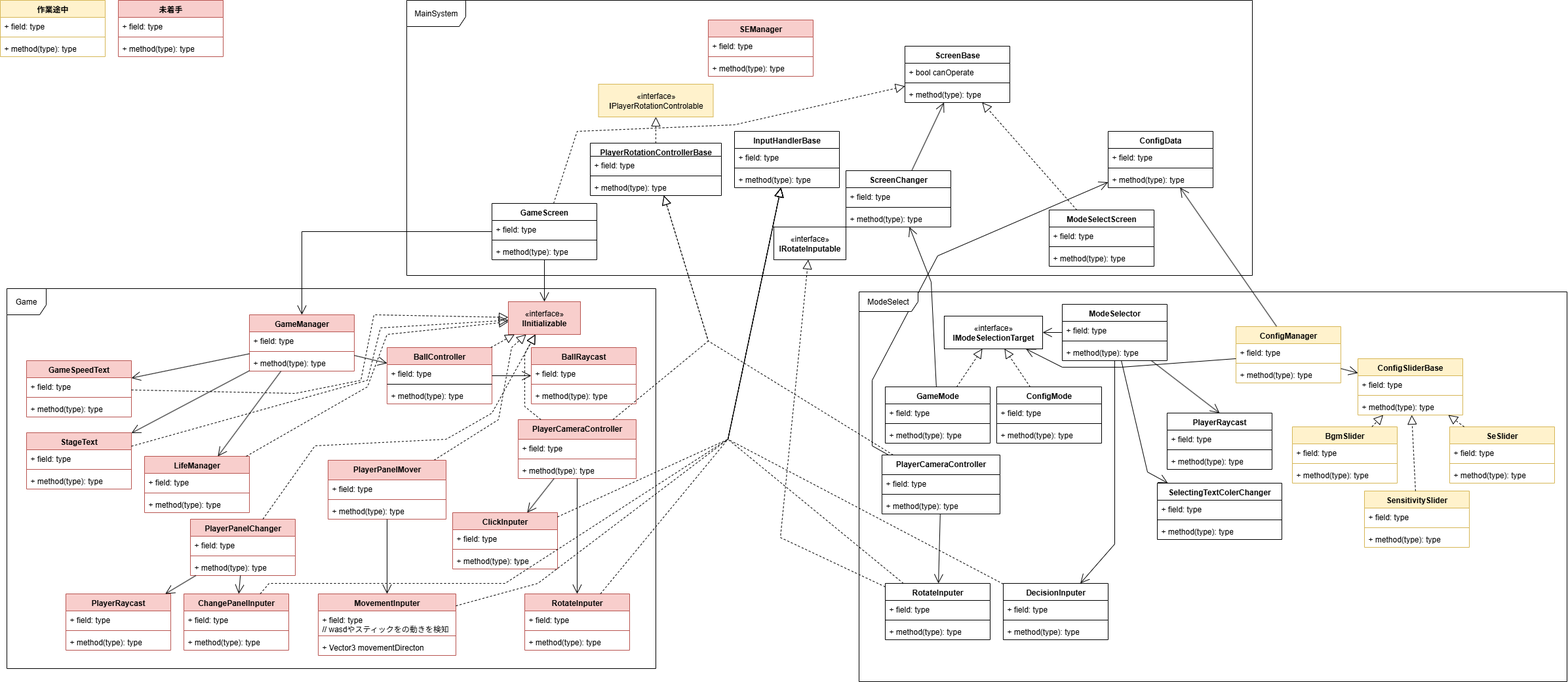
This is BreakOut.drawio.png from UzukiAlto/3DBreakout, a draw.io export, as it was before one commit. Source tidied: cells renumbered, new cells last; positions are measured from the earlier drawing's top-left corner, leaving out a move shared by most shapes.
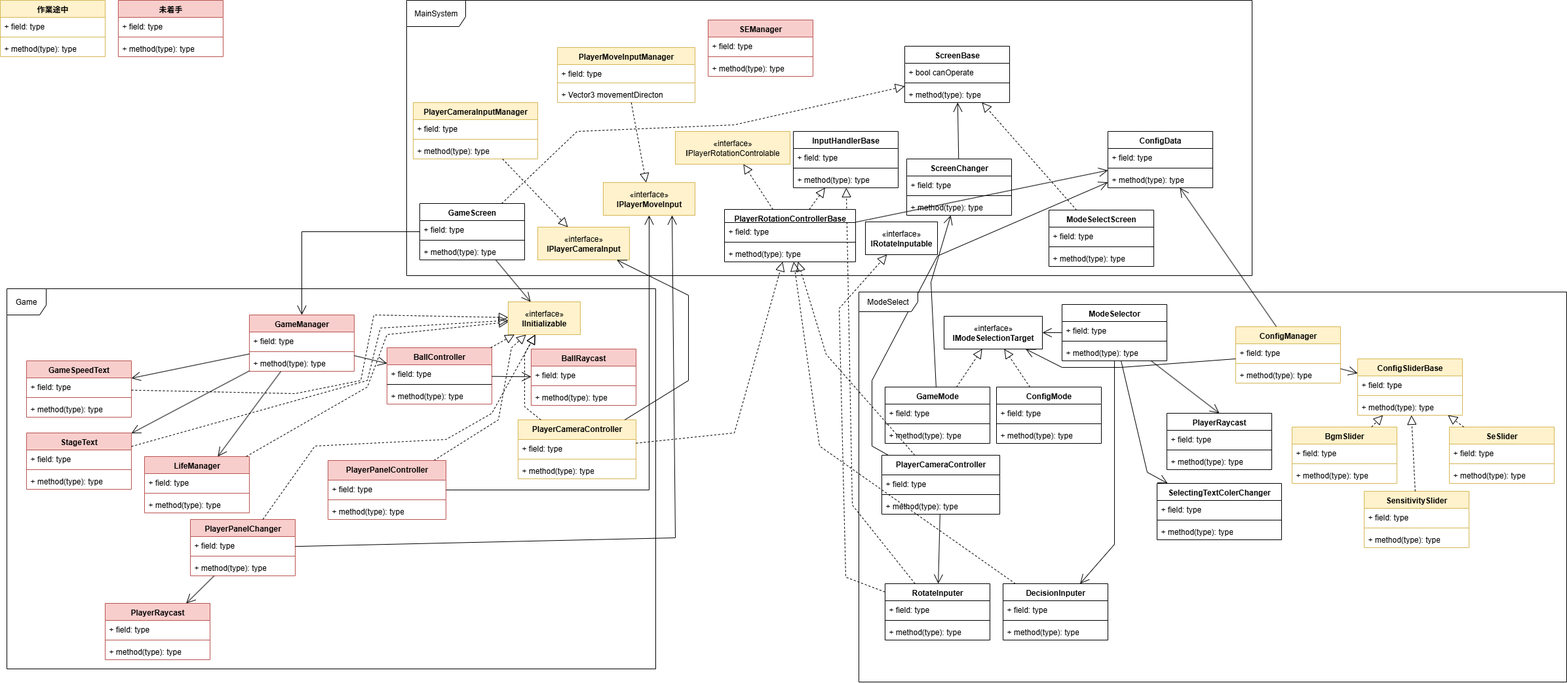
The same file after the commit.

Commit message:
[update] クラス図更新

入力をMainSystemのintarfaceに一本化する予定

Change to the diagram source:
```diff
@@ -36,16 +36,4 @@
     </mxCell>
-    <mxCell id="9" value="PlayerRotationControllerBase" style="swimlane;fontStyle=1;align=center;verticalAlign=top;horizontal=1;startSize=20;whiteSpace=wrap;html=1;" parent="1" vertex="1">
-      <mxGeometry x="900" y="218" width="200" height="80" as="geometry" />
-    </mxCell>
-    <mxCell id="10" value="+ field: type" style="text;strokeColor=none;fillColor=none;align=left;verticalAlign=top;spacingLeft=4;spacingRight=4;overflow=hidden;whiteSpace=wrap;html=1;" parent="9" vertex="1">
-      <mxGeometry y="20" width="200" height="26" as="geometry" />
-    </mxCell>
-    <mxCell id="11" style="line;strokeWidth=1;fillColor=none;align=left;verticalAlign=middle;spacingTop=-1;spacingLeft=3;spacingRight=3;labelPosition=right;strokeColor=inherit;" parent="9" vertex="1">
-      <mxGeometry y="46" width="200" height="8" as="geometry" />
-    </mxCell>
-    <mxCell id="12" value="+ method(type): type" style="text;strokeColor=none;fillColor=none;align=left;verticalAlign=top;spacingLeft=4;spacingRight=4;overflow=hidden;whiteSpace=wrap;html=1;" parent="9" vertex="1">
-      <mxGeometry y="54" width="200" height="26" as="geometry" />
-    </mxCell>
     <mxCell id="13" value="«interface»&lt;br&gt;&lt;b&gt;I&lt;/b&gt;PlayerRotationControlable" style="html=1;whiteSpace=wrap;fillColor=#fff2cc;strokeColor=#d6b656;" parent="1" vertex="1">
-      <mxGeometry x="912.5" y="128" width="175" height="50" as="geometry" />
+      <mxGeometry x="1030" y="200" width="175" height="50" as="geometry" />
     </mxCell>
@@ -66,3 +54,3 @@
         <Array as="points">
-          <mxPoint x="1080" y="520" />
+          <mxPoint x="1260" y="540" />
         </Array>
@@ -74,3 +62,3 @@
     <mxCell id="20" value="InputHandlerBase" style="swimlane;fontStyle=1;align=center;verticalAlign=top;horizontal=1;startSize=26;whiteSpace=wrap;html=1;" parent="1" vertex="1">
-      <mxGeometry x="1120" y="200" width="160" height="86" as="geometry" />
+      <mxGeometry x="1210" y="200" width="160" height="86" as="geometry" />
     </mxCell>
@@ -98,3 +86,3 @@
     <mxCell id="28" value="ScreenChanger" style="swimlane;fontStyle=1;align=center;verticalAlign=top;horizontal=1;startSize=26;whiteSpace=wrap;html=1;" parent="1" vertex="1">
-      <mxGeometry x="1290" y="260" width="160" height="86" as="geometry" />
+      <mxGeometry x="1383" y="242" width="160" height="86" as="geometry" />
     </mxCell>
@@ -136,3 +124,3 @@
         <Array as="points">
-          <mxPoint x="1110" y="670" />
+          <mxPoint x="1300" y="770" />
         </Array>
@@ -170,8 +158,4 @@
     </mxCell>
-    <mxCell id="51" style="endArrow=block;dashed=1;endFill=0;endSize=12;html=1;rounded=0;" parent="1" edge="1" source="47" target="20">
-      <mxGeometry relative="1" as="geometry">
-        <Array as="points">
-          <mxPoint x="1110" y="670" />
-        </Array>
-      </mxGeometry>
+    <mxCell id="51" style="endArrow=block;dashed=1;endFill=0;endSize=12;html=1;rounded=0;" parent="1" edge="1" source="9" target="20">
+      <mxGeometry relative="1" as="geometry" />
     </mxCell>
@@ -206,3 +190,3 @@
     </mxCell>
-    <mxCell id="59" value="PlayerCameraController" style="swimlane;fontStyle=1;align=center;verticalAlign=top;horizontal=1;startSize=30;whiteSpace=wrap;html=1;fillColor=#f8cecc;strokeColor=#b85450;" parent="1" vertex="1">
+    <mxCell id="59" value="PlayerCameraController" style="swimlane;fontStyle=1;align=center;verticalAlign=top;horizontal=1;startSize=30;whiteSpace=wrap;html=1;fillColor=#fff2cc;strokeColor=#d6b656;" parent="1" vertex="1">
       <mxGeometry x="790" y="640" width="180" height="90" as="geometry" />
@@ -221,3 +205,3 @@
         <Array as="points">
-          <mxPoint x="1080" y="520" />
+          <mxPoint x="1120" y="660" />
         </Array>
@@ -225,43 +209,14 @@
     </mxCell>
-    <mxCell id="64" value="RotateInputer" style="swimlane;fontStyle=1;align=center;verticalAlign=top;horizontal=1;startSize=26;whiteSpace=wrap;html=1;fillColor=#f8cecc;strokeColor=#b85450;" parent="1" vertex="1">
-      <mxGeometry x="800" y="906" width="160" height="86" as="geometry" />
-    </mxCell>
-    <mxCell id="65" value="+ field: type" style="text;strokeColor=none;fillColor=none;align=left;verticalAlign=top;spacingLeft=4;spacingRight=4;overflow=hidden;whiteSpace=wrap;html=1;" parent="64" vertex="1">
-      <mxGeometry y="26" width="160" height="26" as="geometry" />
-    </mxCell>
-    <mxCell id="66" style="line;strokeWidth=1;fillColor=none;align=left;verticalAlign=middle;spacingTop=-1;spacingLeft=3;spacingRight=3;labelPosition=right;strokeColor=inherit;" parent="64" vertex="1">
-      <mxGeometry y="52" width="160" height="8" as="geometry" />
-    </mxCell>
-    <mxCell id="67" value="+ method(type): type" style="text;strokeColor=none;fillColor=none;align=left;verticalAlign=top;spacingLeft=4;spacingRight=4;overflow=hidden;whiteSpace=wrap;html=1;" parent="64" vertex="1">
-      <mxGeometry y="60" width="160" height="26" as="geometry" />
-    </mxCell>
-    <mxCell id="68" value="ClickInputer" style="swimlane;fontStyle=1;align=center;verticalAlign=top;horizontal=1;startSize=26;whiteSpace=wrap;html=1;fillColor=#f8cecc;strokeColor=#b85450;" parent="1" vertex="1">
-      <mxGeometry x="690" y="782" width="160" height="86" as="geometry" />
+    <mxCell id="68" value="PlayerCameraInputManager" style="swimlane;fontStyle=1;align=center;verticalAlign=top;horizontal=1;startSize=26;whiteSpace=wrap;html=1;fillColor=#fff2cc;strokeColor=#d6b656;" parent="1" vertex="1">
+      <mxGeometry x="630" y="156" width="190" height="86" as="geometry" />
     </mxCell>
     <mxCell id="69" value="+ field: type" style="text;strokeColor=none;fillColor=none;align=left;verticalAlign=top;spacingLeft=4;spacingRight=4;overflow=hidden;whiteSpace=wrap;html=1;" parent="68" vertex="1">
-      <mxGeometry y="26" width="160" height="26" as="geometry" />
+      <mxGeometry y="26" width="190" height="26" as="geometry" />
     </mxCell>
     <mxCell id="70" style="line;strokeWidth=1;fillColor=none;align=left;verticalAlign=middle;spacingTop=-1;spacingLeft=3;spacingRight=3;labelPosition=right;strokeColor=inherit;" parent="68" vertex="1">
-      <mxGeometry y="52" width="160" height="8" as="geometry" />
+      <mxGeometry y="52" width="190" height="8" as="geometry" />
     </mxCell>
     <mxCell id="71" value="+ method(type): type" style="text;strokeColor=none;fillColor=none;align=left;verticalAlign=top;spacingLeft=4;spacingRight=4;overflow=hidden;whiteSpace=wrap;html=1;" parent="68" vertex="1">
-      <mxGeometry y="60" width="160" height="26" as="geometry" />
+      <mxGeometry y="60" width="190" height="26" as="geometry" />
     </mxCell>
-    <mxCell id="72" style="endArrow=block;dashed=1;endFill=0;endSize=12;html=1;rounded=0;" parent="1" edge="1" source="68" target="20">
-      <mxGeometry relative="1" as="geometry">
-        <Array as="points">
-          <mxPoint x="1110" y="670" />
-        </Array>
-      </mxGeometry>
-    </mxCell>
-    <mxCell id="73" style="endArrow=block;dashed=1;endFill=0;endSize=12;html=1;rounded=0;" parent="1" edge="1" source="64" target="20">
-      <mxGeometry relative="1" as="geometry">
-        <Array as="points">
-          <mxPoint x="1110" y="670" />
-        </Array>
-      </mxGeometry>
-    </mxCell>
-    <mxCell id="74" style="endArrow=open;endFill=1;endSize=12;html=1;rounded=0;" parent="1" edge="1" source="59" target="64">
-      <mxGeometry relative="1" as="geometry" />
-    </mxCell>
     <mxCell id="75" value="BallController" style="swimlane;align=center;verticalAlign=top;horizontal=1;startSize=26;whiteSpace=wrap;html=1;strokeColor=#b85450;fillColor=#f8cecc;" parent="1" vertex="1">
@@ -279,3 +234,3 @@
     <mxCell id="79" value="BallRaycast" style="swimlane;fontStyle=1;align=center;verticalAlign=top;horizontal=1;startSize=26;whiteSpace=wrap;html=1;fillColor=#f8cecc;strokeColor=#b85450;" parent="1" vertex="1">
-      <mxGeometry x="810" y="530" width="160" height="86" as="geometry" />
+      <mxGeometry x="810" y="532" width="160" height="86" as="geometry" />
     </mxCell>
@@ -306,3 +261,3 @@
     <mxCell id="88" value="GameScreen" style="swimlane;fontStyle=1;align=center;verticalAlign=top;horizontal=1;startSize=26;whiteSpace=wrap;html=1;" parent="1" vertex="1">
-      <mxGeometry x="750" y="310" width="160" height="86" as="geometry" />
+      <mxGeometry x="640" y="310" width="160" height="86" as="geometry" />
     </mxCell>
@@ -327,3 +282,3 @@
     </mxCell>
-    <mxCell id="94" value="«interface»&lt;br&gt;&lt;b&gt;IInitializable&lt;/b&gt;" style="html=1;whiteSpace=wrap;fillColor=#f8cecc;strokeColor=#b85450;" parent="1" vertex="1">
+    <mxCell id="94" value="«interface»&lt;br&gt;&lt;b&gt;IInitializable&lt;/b&gt;" style="html=1;whiteSpace=wrap;fillColor=#fff2cc;strokeColor=#d6b656;" parent="1" vertex="1">
       <mxGeometry x="775" y="460" width="110" height="50" as="geometry" />
@@ -365,3 +320,3 @@
     </mxCell>
-    <mxCell id="103" value="PlayerPanelMover" style="swimlane;fontStyle=1;align=center;verticalAlign=top;horizontal=1;startSize=30;whiteSpace=wrap;html=1;fillColor=#f8cecc;strokeColor=#b85450;" parent="1" vertex="1">
+    <mxCell id="103" value="PlayerPanelController" style="swimlane;fontStyle=1;align=center;verticalAlign=top;horizontal=1;startSize=30;whiteSpace=wrap;html=1;fillColor=#f8cecc;strokeColor=#b85450;" parent="1" vertex="1">
       <mxGeometry x="500" y="702" width="180" height="90" as="geometry" />
@@ -377,24 +332,20 @@
     </mxCell>
-    <mxCell id="107" value="MovementInputer" style="swimlane;fontStyle=1;align=center;verticalAlign=top;horizontal=1;startSize=26;whiteSpace=wrap;html=1;fillColor=#f8cecc;strokeColor=#b85450;" parent="1" vertex="1">
-      <mxGeometry x="485" y="906" width="210" height="94" as="geometry" />
+    <mxCell id="107" value="PlayerMoveInputManager" style="swimlane;fontStyle=1;align=center;verticalAlign=top;horizontal=1;startSize=26;whiteSpace=wrap;html=1;fillColor=#fff2cc;strokeColor=#d6b656;" parent="1" vertex="1">
+      <mxGeometry x="850" y="72" width="210" height="84" as="geometry" />
     </mxCell>
-    <mxCell id="108" value="+ field: type&lt;div&gt;// wasdやスティックをの動きを検知&lt;/div&gt;" style="text;strokeColor=none;fillColor=none;align=left;verticalAlign=top;spacingLeft=4;spacingRight=4;overflow=hidden;whiteSpace=wrap;html=1;" parent="107" vertex="1">
-      <mxGeometry y="26" width="210" height="34" as="geometry" />
+    <mxCell id="108" value="+ field: type" style="text;strokeColor=none;fillColor=none;align=left;verticalAlign=top;spacingLeft=4;spacingRight=4;overflow=hidden;whiteSpace=wrap;html=1;" parent="107" vertex="1">
+      <mxGeometry y="26" width="210" height="24" as="geometry" />
     </mxCell>
     <mxCell id="109" style="line;strokeWidth=1;fillColor=none;align=left;verticalAlign=middle;spacingTop=-1;spacingLeft=3;spacingRight=3;labelPosition=right;strokeColor=inherit;" parent="107" vertex="1">
-      <mxGeometry y="60" width="210" height="8" as="geometry" />
+      <mxGeometry y="50" width="210" height="8" as="geometry" />
     </mxCell>
     <mxCell id="110" value="+ Vector3 movementDirecton" style="text;strokeColor=none;fillColor=none;align=left;verticalAlign=top;spacingLeft=4;spacingRight=4;overflow=hidden;whiteSpace=wrap;html=1;" parent="107" vertex="1">
-      <mxGeometry y="68" width="210" height="26" as="geometry" />
+      <mxGeometry y="58" width="210" height="26" as="geometry" />
     </mxCell>
-    <mxCell id="111" style="endArrow=block;dashed=1;endFill=0;endSize=12;html=1;rounded=0;" parent="1" edge="1" source="107" target="20">
-      <mxGeometry relative="1" as="geometry">
-        <Array as="points">
-          <mxPoint x="820" y="890" />
-          <mxPoint x="1110" y="670" />
-        </Array>
-      </mxGeometry>
-    </mxCell>
-    <mxCell id="112" style="endArrow=open;endFill=1;endSize=12;html=1;rounded=0;" parent="1" edge="1" source="103" target="107">
-      <mxGeometry relative="1" as="geometry" />
+    <mxCell id="112" style="endArrow=open;endFill=1;endSize=12;html=1;rounded=0;" parent="1" edge="1" source="103" target="207">
+      <mxGeometry relative="1" as="geometry">
+        <Array as="points">
+          <mxPoint x="990" y="747" />
+        </Array>
+      </mxGeometry>
     </mxCell>
@@ -420,26 +371,2 @@
     </mxCell>
-    <mxCell id="118" style="endArrow=open;endFill=1;endSize=12;html=1;rounded=0;" parent="1" edge="1" source="59" target="68">
-      <mxGeometry relative="1" as="geometry" />
-    </mxCell>
-    <mxCell id="119" value="ChangePanelInputer" style="swimlane;fontStyle=1;align=center;verticalAlign=top;horizontal=1;startSize=26;whiteSpace=wrap;html=1;fillColor=#f8cecc;strokeColor=#b85450;" parent="1" vertex="1">
-      <mxGeometry x="280" y="906" width="160" height="86" as="geometry" />
-    </mxCell>
-    <mxCell id="120" value="+ field: type" style="text;strokeColor=none;fillColor=none;align=left;verticalAlign=top;spacingLeft=4;spacingRight=4;overflow=hidden;whiteSpace=wrap;html=1;" parent="119" vertex="1">
-      <mxGeometry y="26" width="160" height="26" as="geometry" />
-    </mxCell>
-    <mxCell id="121" style="line;strokeWidth=1;fillColor=none;align=left;verticalAlign=middle;spacingTop=-1;spacingLeft=3;spacingRight=3;labelPosition=right;strokeColor=inherit;" parent="119" vertex="1">
-      <mxGeometry y="52" width="160" height="8" as="geometry" />
-    </mxCell>
-    <mxCell id="122" value="+ method(type): type" style="text;strokeColor=none;fillColor=none;align=left;verticalAlign=top;spacingLeft=4;spacingRight=4;overflow=hidden;whiteSpace=wrap;html=1;" parent="119" vertex="1">
-      <mxGeometry y="60" width="160" height="26" as="geometry" />
-    </mxCell>
-    <mxCell id="123" style="endArrow=block;dashed=1;endFill=0;endSize=12;html=1;rounded=0;" parent="1" edge="1" source="119" target="20">
-      <mxGeometry relative="1" as="geometry">
-        <Array as="points">
-          <mxPoint x="410" y="890" />
-          <mxPoint x="770" y="890" />
-          <mxPoint x="1110" y="670" />
-        </Array>
-      </mxGeometry>
-    </mxCell>
     <mxCell id="124" value="PlayerPanelChanger" style="swimlane;fontStyle=1;align=center;verticalAlign=top;horizontal=1;startSize=26;whiteSpace=wrap;html=1;fillColor=#f8cecc;strokeColor=#b85450;" parent="1" vertex="1">
@@ -456,7 +383,11 @@
     </mxCell>
-    <mxCell id="128" style="endArrow=open;endFill=1;endSize=12;html=1;rounded=0;" parent="1" edge="1" source="124" target="119">
-      <mxGeometry relative="1" as="geometry" />
+    <mxCell id="128" style="endArrow=open;endFill=1;endSize=12;html=1;rounded=0;entryX=0.75;entryY=1;entryDx=0;entryDy=0;" parent="1" edge="1" source="124" target="207">
+      <mxGeometry relative="1" as="geometry">
+        <Array as="points">
+          <mxPoint x="1030" y="820" />
+        </Array>
+      </mxGeometry>
     </mxCell>
     <mxCell id="129" value="PlayerRaycast" style="swimlane;fontStyle=1;align=center;verticalAlign=top;horizontal=1;startSize=26;whiteSpace=wrap;html=1;fillColor=#f8cecc;strokeColor=#b85450;" parent="1" vertex="1">
-      <mxGeometry x="100" y="906" width="160" height="86" as="geometry" />
+      <mxGeometry x="160" y="920" width="160" height="86" as="geometry" />
     </mxCell>
@@ -680,3 +611,3 @@
     <mxCell id="194" value="«interface»&lt;br&gt;&lt;b&gt;IRotateInputable&lt;/b&gt;" style="html=1;whiteSpace=wrap;" parent="1" vertex="1">
-      <mxGeometry x="1180" y="346" width="110" height="50" as="geometry" />
+      <mxGeometry x="1320" y="338" width="110" height="50" as="geometry" />
     </mxCell>
@@ -685,3 +616,4 @@
         <Array as="points">
-          <mxPoint x="1190" y="820" />
+          <mxPoint x="1290" y="880" />
+          <mxPoint x="1280" y="470" />
         </Array>
@@ -713,2 +645,44 @@
     </mxCell>
+    <mxCell id="204" value="«interface»&lt;br&gt;&lt;b&gt;IPlayerCameraInput&lt;/b&gt;" style="html=1;whiteSpace=wrap;fillColor=#fff2cc;strokeColor=#d6b656;" parent="1" vertex="1">
+      <mxGeometry x="820" y="346" width="140" height="50" as="geometry" />
+    </mxCell>
+    <mxCell id="205" style="endArrow=block;dashed=1;endFill=0;endSize=12;html=1;rounded=0;" parent="1" edge="1" source="68" target="204">
+      <mxGeometry relative="1" as="geometry" />
+    </mxCell>
+    <mxCell id="206" style="endArrow=open;endFill=1;endSize=12;html=1;rounded=0;" parent="1" edge="1" source="59" target="204">
+      <mxGeometry relative="1" as="geometry">
+        <Array as="points">
+          <mxPoint x="1050" y="580" />
+          <mxPoint x="1050" y="450" />
+        </Array>
+      </mxGeometry>
+    </mxCell>
+    <mxCell id="207" value="«interface»&lt;br&gt;&lt;b&gt;IPlayerMoveInput&lt;/b&gt;" style="html=1;whiteSpace=wrap;fillColor=#fff2cc;strokeColor=#d6b656;" parent="1" vertex="1">
+      <mxGeometry x="920" y="278" width="140" height="50" as="geometry" />
+    </mxCell>
+    <mxCell id="208" style="endArrow=block;dashed=1;endFill=0;endSize=12;html=1;rounded=0;" parent="1" edge="1" source="107" target="207">
+      <mxGeometry relative="1" as="geometry" />
+    </mxCell>
+    <mxCell id="209" style="endArrow=open;endFill=1;endSize=12;html=1;rounded=0;" parent="1" edge="1" source="9" target="182">
+      <mxGeometry relative="1" as="geometry" />
+    </mxCell>
+    <mxCell id="210" style="endArrow=block;dashed=1;endFill=0;endSize=12;html=1;rounded=0;" parent="1" edge="1" source="47" target="9">
+      <mxGeometry relative="1" as="geometry">
+        <Array as="points">
+          <mxPoint x="1250" y="680" />
+        </Array>
+      </mxGeometry>
+    </mxCell>
+    <mxCell id="9" value="PlayerRotationControllerBase" style="swimlane;fontStyle=1;align=center;verticalAlign=top;horizontal=1;startSize=20;whiteSpace=wrap;html=1;" parent="1" vertex="1">
+      <mxGeometry x="1105" y="319" width="200" height="80" as="geometry" />
+    </mxCell>
+    <mxCell id="10" value="+ field: type" style="text;strokeColor=none;fillColor=none;align=left;verticalAlign=top;spacingLeft=4;spacingRight=4;overflow=hidden;whiteSpace=wrap;html=1;" parent="9" vertex="1">
+      <mxGeometry y="20" width="200" height="26" as="geometry" />
+    </mxCell>
+    <mxCell id="11" style="line;strokeWidth=1;fillColor=none;align=left;verticalAlign=middle;spacingTop=-1;spacingLeft=3;spacingRight=3;labelPosition=right;strokeColor=inherit;" parent="9" vertex="1">
+      <mxGeometry y="46" width="200" height="8" as="geometry" />
+    </mxCell>
+    <mxCell id="12" value="+ method(type): type" style="text;strokeColor=none;fillColor=none;align=left;verticalAlign=top;spacingLeft=4;spacingRight=4;overflow=hidden;whiteSpace=wrap;html=1;" parent="9" vertex="1">
+      <mxGeometry y="54" width="200" height="26" as="geometry" />
+    </mxCell>
   </root>
```
